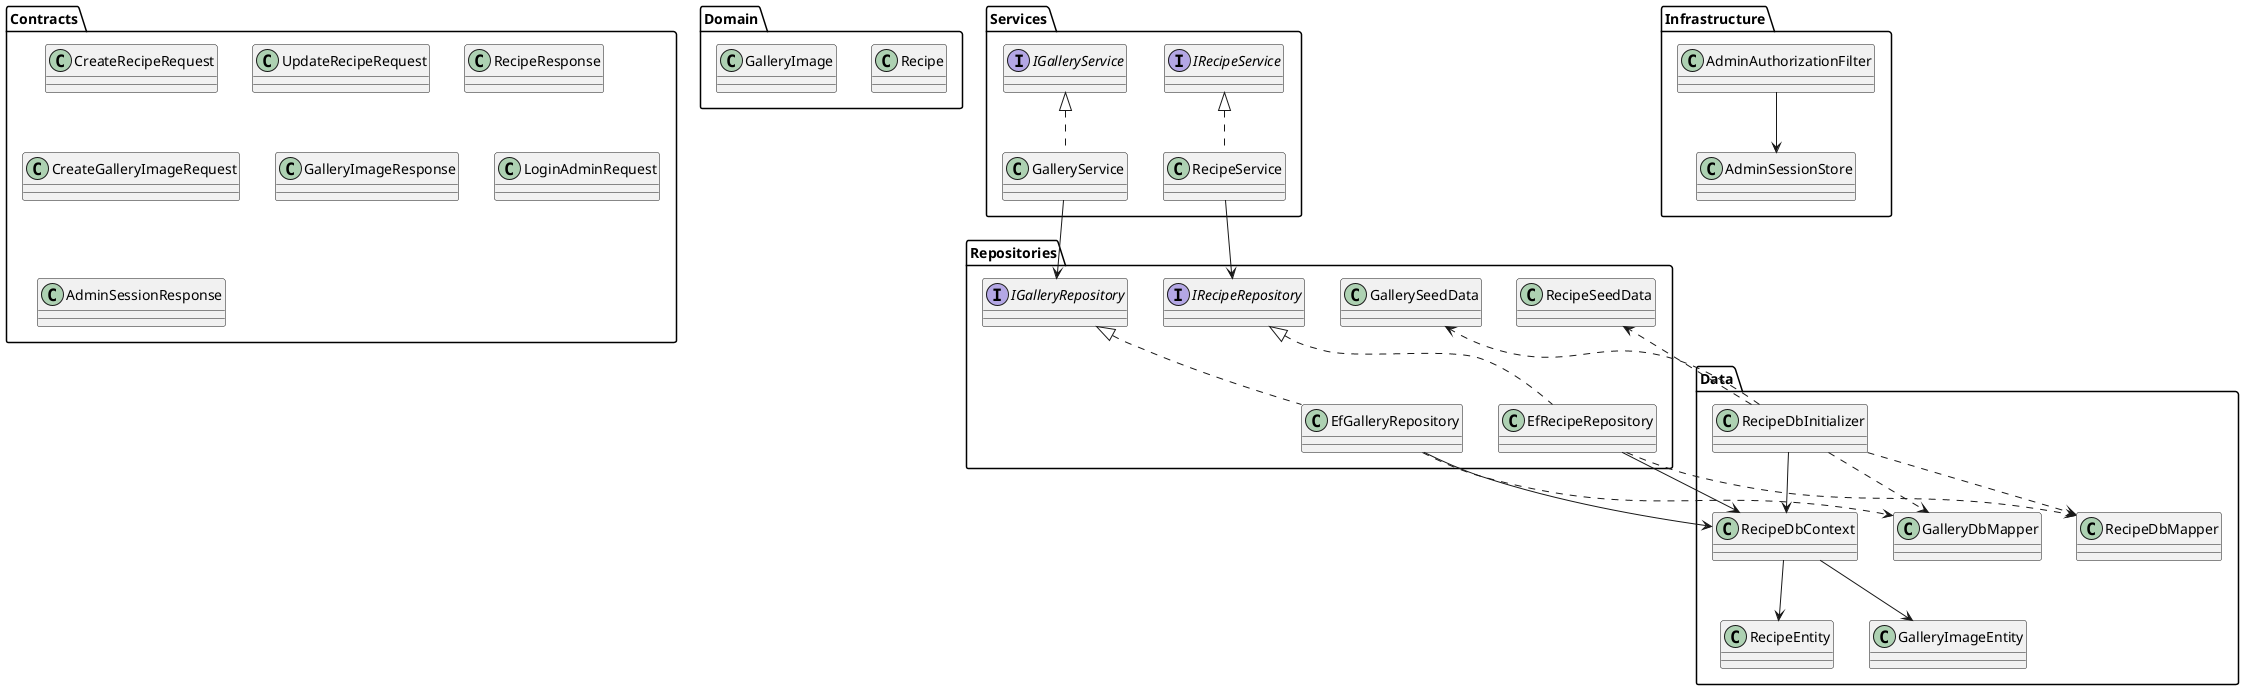
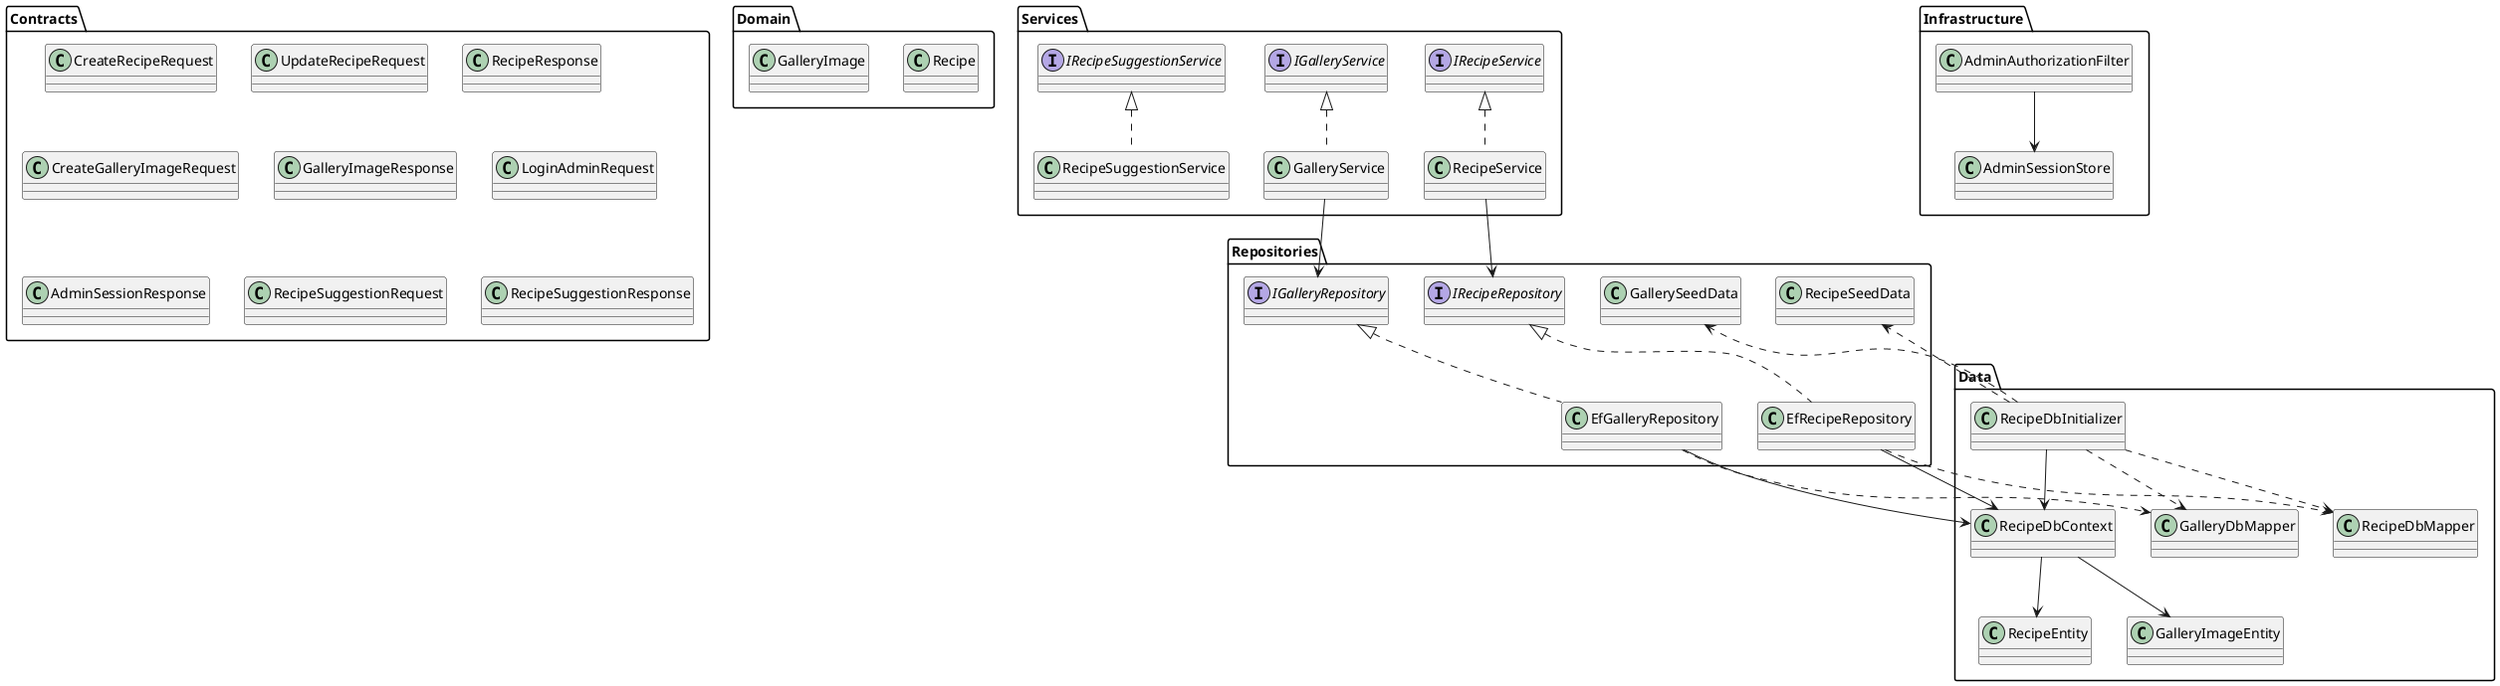
@startuml Backend class overview

skinparam classAttributeIconSize 0

package "Contracts" {
  class CreateRecipeRequest
  class UpdateRecipeRequest
  class RecipeResponse
  class CreateGalleryImageRequest
  class GalleryImageResponse
  class LoginAdminRequest
  class AdminSessionResponse
+   class RecipeSuggestionRequest
+   class RecipeSuggestionResponse
}

package "Domain" {
  class Recipe
  class GalleryImage
}

package "Services" {
  interface IRecipeService
  class RecipeService
  interface IGalleryService
  class GalleryService
+   interface IRecipeSuggestionService
+   class RecipeSuggestionService
}

package "Infrastructure" {
  class AdminAuthorizationFilter
  class AdminSessionStore
}

package "Repositories" {
  interface IRecipeRepository
  class EfRecipeRepository
  class RecipeSeedData

  interface IGalleryRepository
  class EfGalleryRepository
  class GallerySeedData
}

package "Data" {
  class RecipeDbContext
  class RecipeDbInitializer
  class RecipeEntity
  class GalleryImageEntity
  class RecipeDbMapper
  class GalleryDbMapper
}

IRecipeService <|.. RecipeService
IGalleryService <|.. GalleryService
+ IRecipeSuggestionService <|.. RecipeSuggestionService

RecipeService --> IRecipeRepository
GalleryService --> IGalleryRepository

IRecipeRepository <|.. EfRecipeRepository
IGalleryRepository <|.. EfGalleryRepository

EfRecipeRepository --> RecipeDbContext
EfGalleryRepository --> RecipeDbContext
EfRecipeRepository ..> RecipeDbMapper
EfGalleryRepository ..> GalleryDbMapper

RecipeDbInitializer --> RecipeDbContext
RecipeDbInitializer ..> RecipeSeedData
RecipeDbInitializer ..> GallerySeedData
RecipeDbInitializer ..> RecipeDbMapper
RecipeDbInitializer ..> GalleryDbMapper

RecipeDbContext --> RecipeEntity
RecipeDbContext --> GalleryImageEntity
AdminAuthorizationFilter --> AdminSessionStore

@enduml
